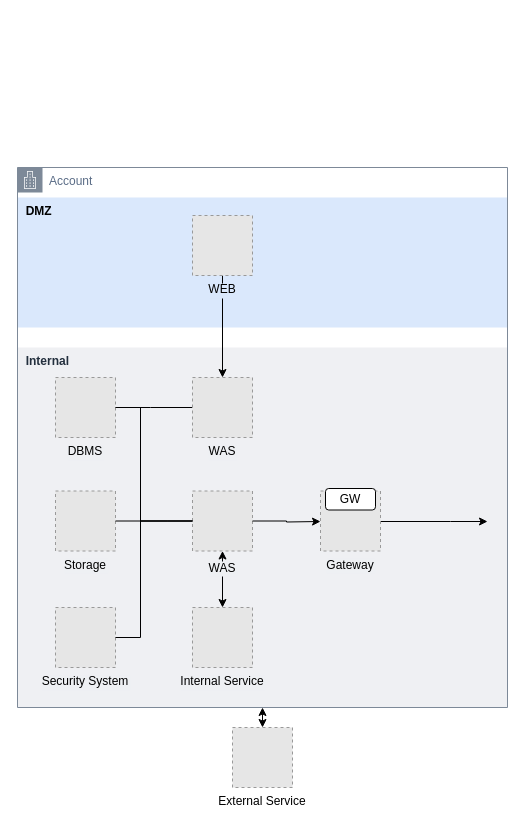
This is examples/sample.drawio from gilbertlim/drawio2pptx, a draw.io file, before an edit. Source tidied: cells renumbered, new cells numbered last; positions are measured from the earlier drawing's top-left corner, leaving out a move shared by most shapes. Both pictures are drawn from the tidied source at 100%, with x=0, y=0 at pixel (17, 167). Pictures stored in the file or linked from it are replaced by grey dashed boxes.
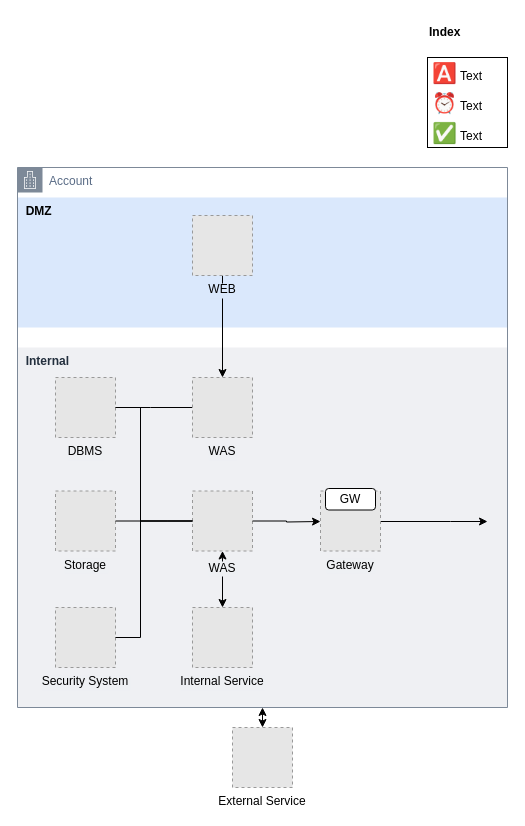
Above is the later version.

The edit, as a diff of the source:
```diff
@@
+    <mxCell id="24" style="rounded=0;whiteSpace=wrap;html=1;" parent="1" vertex="1">
+      <mxGeometry x="410" y="-110" width="80" height="90" as="geometry" />
+    </mxCell>
+    <mxCell id="25" value="&lt;b&gt;Index&lt;/b&gt;" style="text;html=1;whiteSpace=wrap;strokeColor=none;fillColor=none;align=left;verticalAlign=middle;rounded=0;" parent="1" vertex="1">
+      <mxGeometry x="410" y="-150" width="60" height="30" as="geometry" />
+    </mxCell>
+    <mxCell id="26" value="&lt;font style=&quot;font-size: 20px;&quot;&gt;🅰️&lt;/font&gt; Text" style="text;html=1;whiteSpace=wrap;strokeColor=none;fillColor=none;align=center;verticalAlign=middle;rounded=0;" parent="1" vertex="1">
+      <mxGeometry x="410" y="-110" width="60" height="30" as="geometry" />
+    </mxCell>
+    <mxCell id="27" value="&lt;font style=&quot;font-size: 20px;&quot;&gt;⏰&lt;/font&gt; Text" style="text;html=1;whiteSpace=wrap;strokeColor=none;fillColor=none;align=center;verticalAlign=middle;rounded=0;" parent="1" vertex="1">
+      <mxGeometry x="410" y="-80" width="60" height="30" as="geometry" />
+    </mxCell>
+    <mxCell id="28" value="&lt;font style=&quot;font-size: 20px;&quot;&gt;✅&lt;/font&gt; Text" style="text;html=1;whiteSpace=wrap;strokeColor=none;fillColor=none;align=center;verticalAlign=middle;rounded=0;" parent="1" vertex="1">
+      <mxGeometry x="410" y="-50" width="60" height="30" as="geometry" />
+    </mxCell>
```
